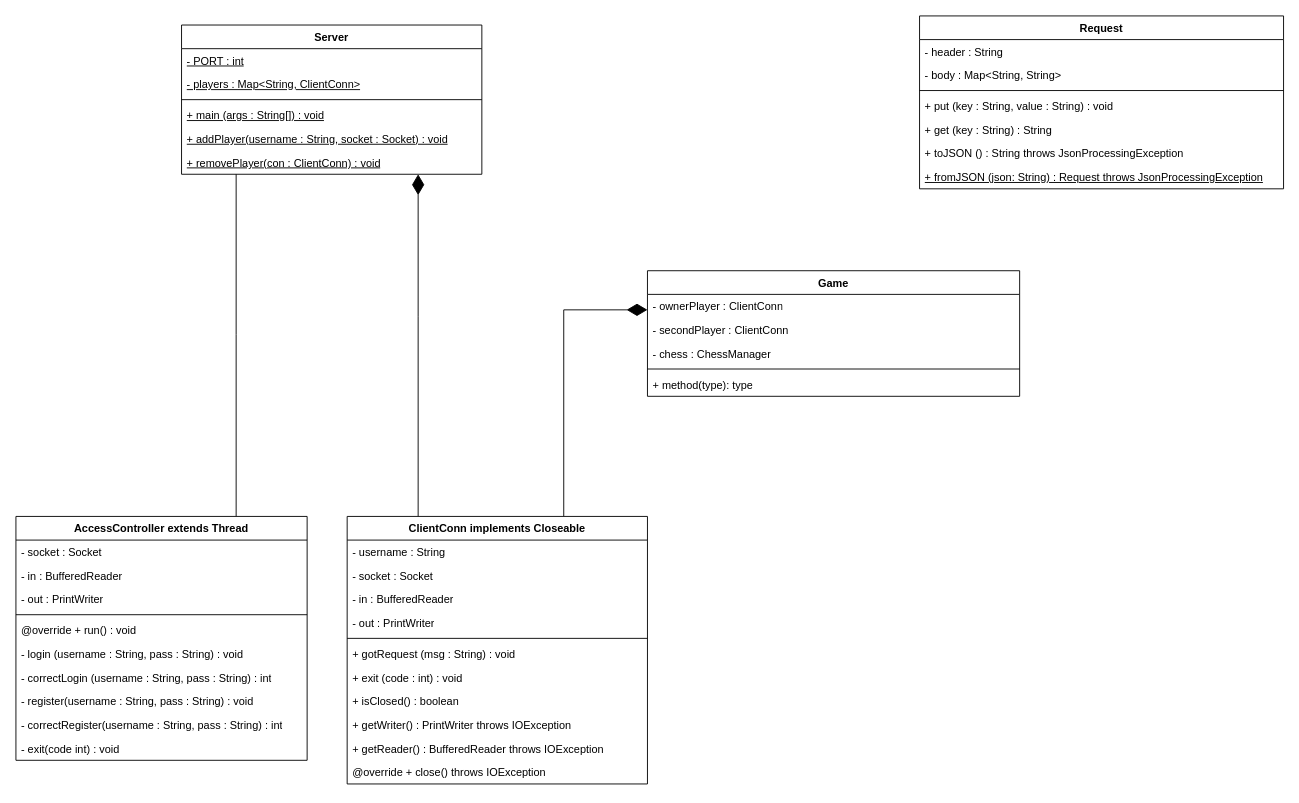
This is page "Diagrama_Servidor" (3 of 5) of Diagramas_Servidor.drawio from MGermanico/TFGChess, a draw.io file, before an edit. Source tidied: cells renumbered, new cells numbered last; positions are measured from the earlier drawing's top-left corner, leaving out a move shared by most shapes. Both pictures are drawn from the tidied source at 91%, with x=0, y=0 at pixel (15, 15).
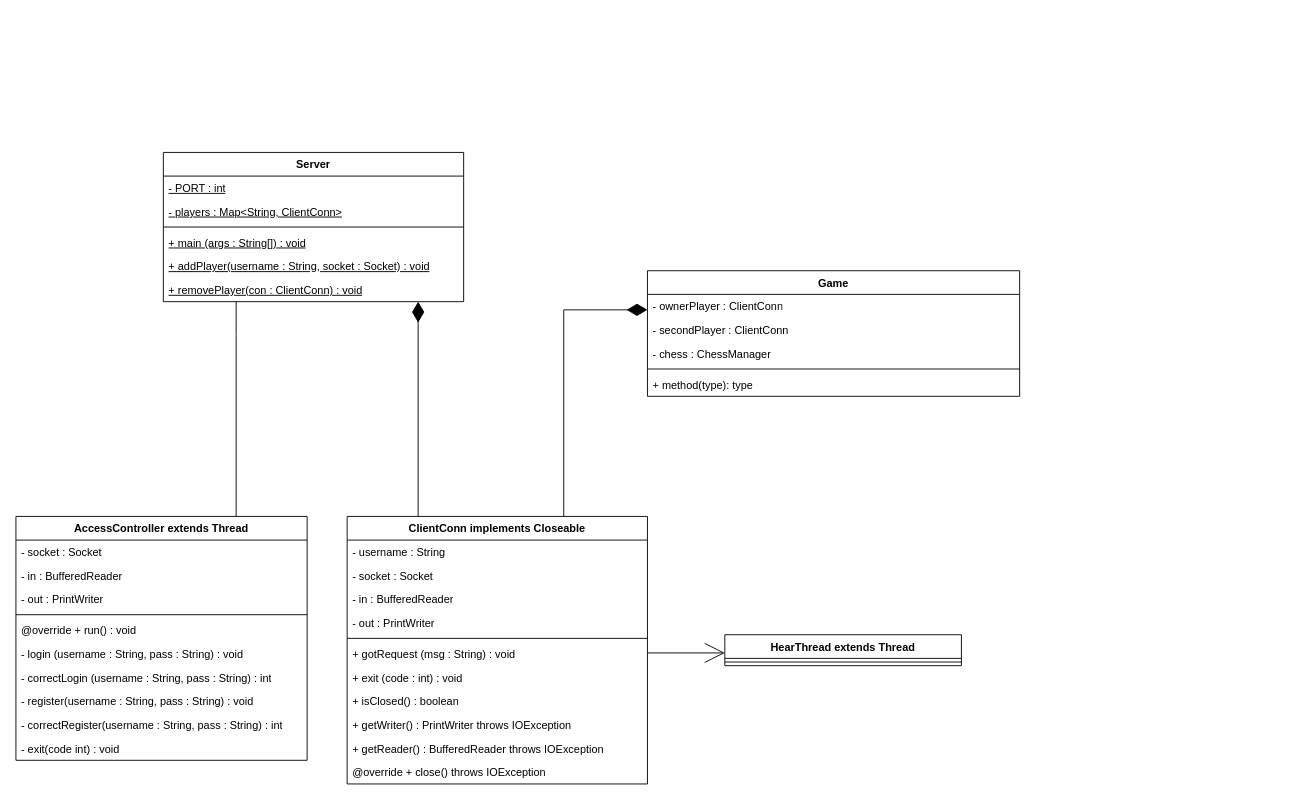
Above is the later version.

Unchanged cells that the change refers to:
```xml
<mxCell id="12" value="ClientConn implements Closeable" style="swimlane;fontStyle=1;align=center;verticalAlign=top;horizontal=1;startSize=26;whiteSpace=wrap;html=1;" parent="1" vertex="1">
  <mxGeometry x="364" y="550" width="330" height="294" as="geometry" />
</mxCell>
```

Change to the diagram source:
```diff
@@
     <mxCell id="3" value="Server" style="swimlane;fontStyle=1;align=center;verticalAlign=top;horizontal=1;startSize=26;whiteSpace=wrap;html=1;" parent="1" vertex="1">
-      <mxGeometry x="182" y="10" width="330" height="164" as="geometry" />
+      <mxGeometry x="162" y="150" width="330" height="164" as="geometry" />
     </mxCell>
@@
+    <mxCell id="49" style="edgeStyle=orthogonalEdgeStyle;rounded=0;jettySize=auto;html=1;endArrow=open;endFill=0;endSize=20;" parent="1" edge="1" source="12" target="50">
+      <mxGeometry relative="1" as="geometry">
+        <Array as="points">
+          <mxPoint x="742" y="700" />
+          <mxPoint x="742" y="700" />
+        </Array>
+      </mxGeometry>
+    </mxCell>
@@
-    <mxCell id="35" value="Request" style="swimlane;fontStyle=1;align=center;verticalAlign=top;horizontal=1;startSize=26;whiteSpace=wrap;html=1;" parent="1" vertex="1">
-      <mxGeometry x="993" width="400" height="190" as="geometry" />
-    </mxCell>
-    <mxCell id="36" value="- header : String" style="text;strokeColor=none;fillColor=none;align=left;verticalAlign=top;spacingLeft=4;spacingRight=4;overflow=hidden;whiteSpace=wrap;html=1;" parent="35" vertex="1">
-      <mxGeometry y="26" width="400" height="26" as="geometry" />
-    </mxCell>
-    <mxCell id="37" value="- body : Map&amp;lt;String, String&amp;gt;" style="text;strokeColor=none;fillColor=none;align=left;verticalAlign=top;spacingLeft=4;spacingRight=4;overflow=hidden;whiteSpace=wrap;html=1;" parent="35" vertex="1">
-      <mxGeometry y="52" width="400" height="26" as="geometry" />
-    </mxCell>
-    <mxCell id="38" style="line;strokeWidth=1;fillColor=none;align=left;verticalAlign=middle;spacingTop=-1;spacingLeft=3;spacingRight=3;labelPosition=right;strokeColor=inherit;" parent="35" vertex="1">
-      <mxGeometry y="78" width="400" height="8" as="geometry" />
-    </mxCell>
-    <mxCell id="39" value="+ put (key : String, value : String) : void" style="text;strokeColor=none;fillColor=none;align=left;verticalAlign=top;spacingLeft=4;spacingRight=4;overflow=hidden;whiteSpace=wrap;html=1;" parent="35" vertex="1">
-      <mxGeometry y="86" width="400" height="26" as="geometry" />
-    </mxCell>
-    <mxCell id="40" value="+ get (key : String) : String" style="text;strokeColor=none;fillColor=none;align=left;verticalAlign=top;spacingLeft=4;spacingRight=4;overflow=hidden;whiteSpace=wrap;html=1;" parent="35" vertex="1">
-      <mxGeometry y="112" width="400" height="26" as="geometry" />
-    </mxCell>
-    <mxCell id="41" value="+ toJSON () : String throws JsonProcessingException" style="text;strokeColor=none;fillColor=none;align=left;verticalAlign=top;spacingLeft=4;spacingRight=4;overflow=hidden;whiteSpace=wrap;html=1;" parent="35" vertex="1">
-      <mxGeometry y="138" width="400" height="26" as="geometry" />
-    </mxCell>
-    <mxCell id="42" value="&lt;u&gt;+ fromJSON (json: String) : Request throws JsonProcessingException&lt;/u&gt;" style="text;strokeColor=none;fillColor=none;align=left;verticalAlign=top;spacingLeft=4;spacingRight=4;overflow=hidden;whiteSpace=wrap;html=1;" parent="35" vertex="1">
-      <mxGeometry y="164" width="400" height="26" as="geometry" />
-    </mxCell>
@@
+    <mxCell id="50" value="HearThread extends Thread" style="swimlane;fontStyle=1;align=center;verticalAlign=top;horizontal=1;startSize=26;whiteSpace=wrap;html=1;" parent="1" vertex="1">
+      <mxGeometry x="779" y="680" width="260" height="34" as="geometry" />
+    </mxCell>
+    <mxCell id="51" style="line;strokeWidth=1;fillColor=none;align=left;verticalAlign=middle;spacingTop=-1;spacingLeft=3;spacingRight=3;labelPosition=right;strokeColor=inherit;" parent="50" vertex="1">
+      <mxGeometry y="26" width="260" height="8" as="geometry" />
+    </mxCell>
```
